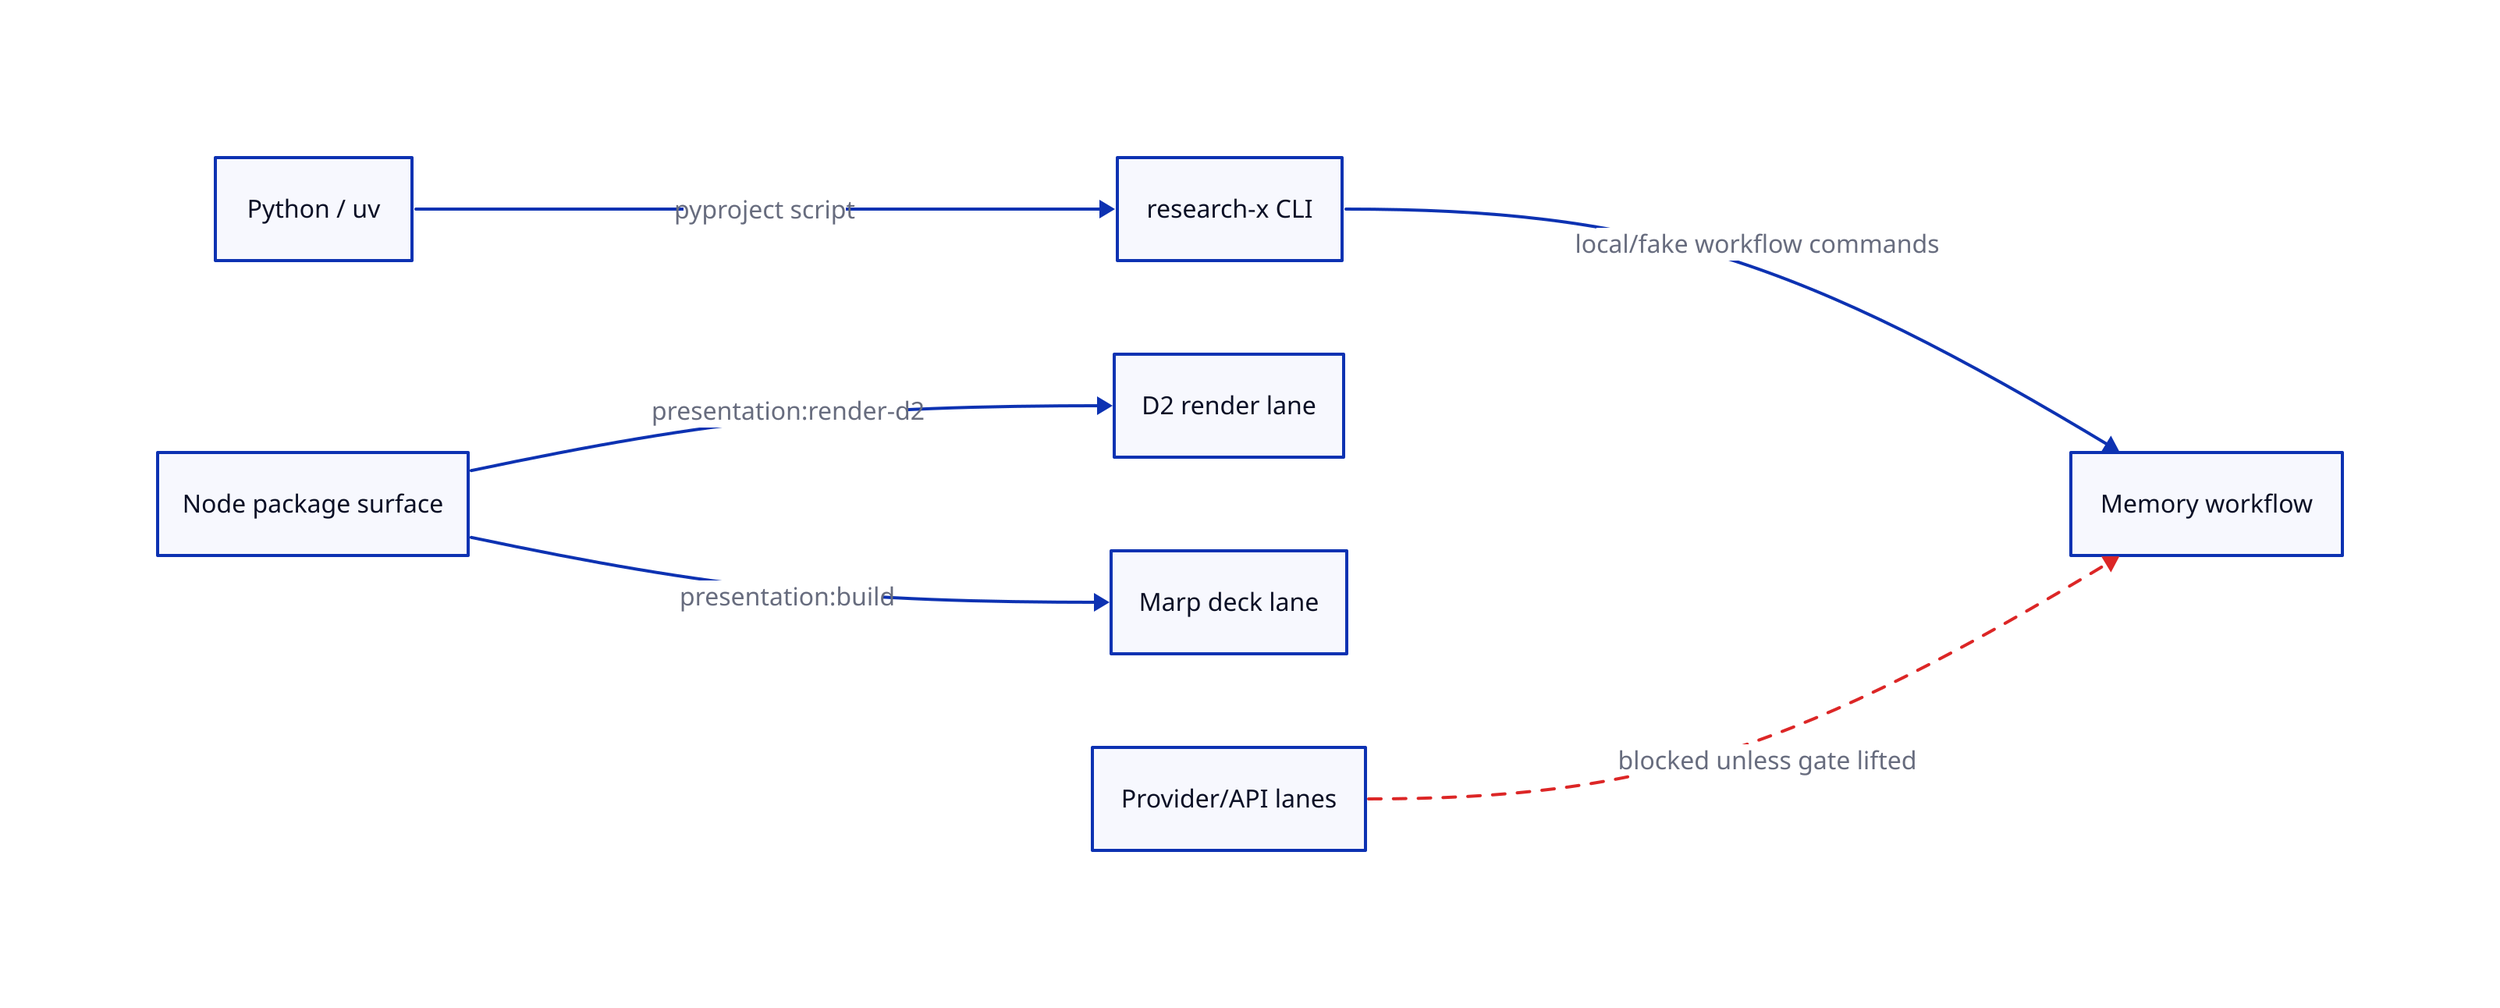
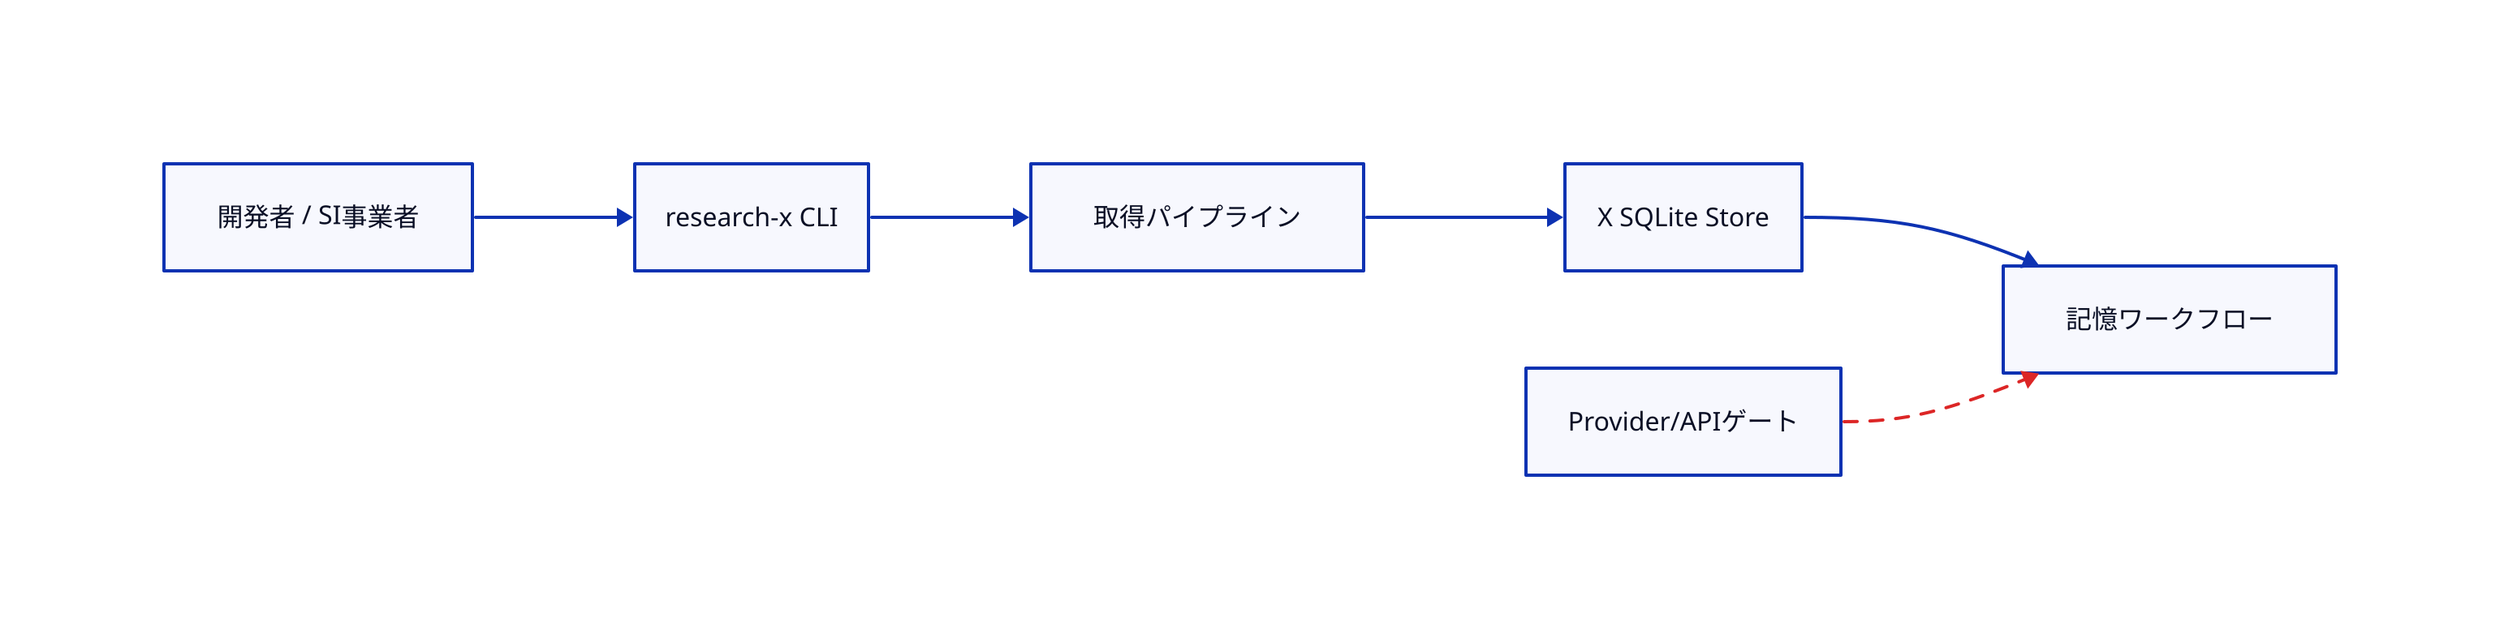
direction: right

- python: Python / uv
- cli: research-x CLI
- memory: Memory workflow
- node: Node package surface
- d2: D2 render lane
- marp: Marp deck lane
- providers: Provider/API lanes
+ user: "開発者 / SI事業者"
+ cli: "research-x CLI"
+ acq: "取得パイプライン"
+ store: "X SQLite Store"
+ memory: "記憶ワークフロー"
+ gate: "Provider/APIゲート"

- python -> cli: pyproject script
- cli -> memory: local/fake workflow commands
- node -> d2: presentation:render-d2
- node -> marp: presentation:build
- providers -> memory: blocked unless gate lifted {
+ user -> cli
+ cli -> acq
+ acq -> store
+ store -> memory
+ gate -> memory {
  style.stroke: "#dc2626"
  style.stroke-dash: 4
}
